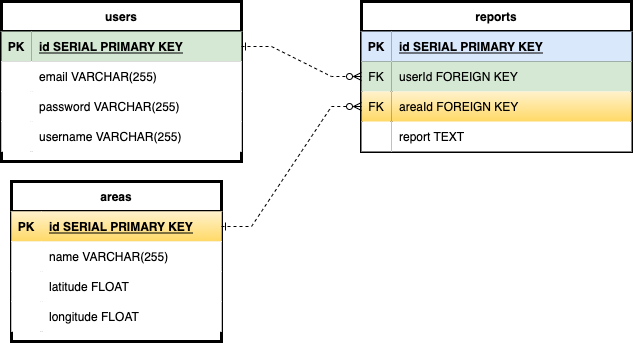
The draw.io diagram ERD.drawio.png in mvanzo/P2-Dir, before a commit. Source tidied: cells renumbered, new cells last; positions are measured from the earlier drawing's top-left corner, leaving out a move shared by most shapes.
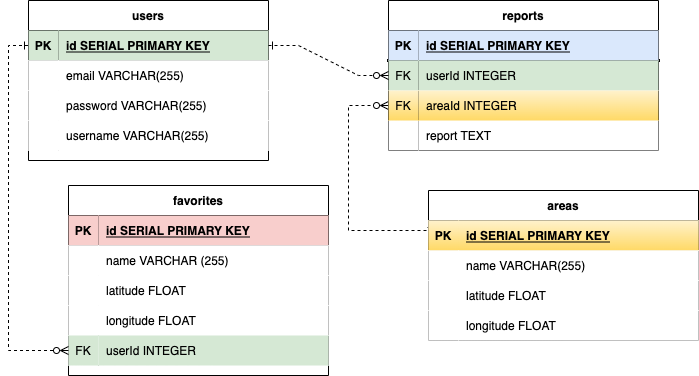
After the change.

Change to the diagram source:
```diff
@@ -2,7 +2,7 @@
   <root>
     <mxCell id="0" />
     <mxCell id="1" parent="0" />
-    <mxCell id="2" value="users" style="shape=table;startSize=30;rowLines=0;fontStyle=1;align=center;strokeWidth=3;perimeterSpacing=0;" parent="1" vertex="1">
+    <mxCell id="2" value="users" style="shape=table;startSize=30;rowLines=0;fontStyle=1;align=center;strokeWidth=1;perimeterSpacing=1;" parent="1" vertex="1">
       <mxGeometry width="240" height="160" as="geometry" />
     </mxCell>
     <mxCell id="3" style="shape=tableRow;horizontal=0;startSize=0;swimlaneHead=0;swimlaneBody=0;fillColor=none;points=[[0,0.5],[1,0.5]];portConstraint=eastwest;top=0;left=0;right=0;bottom=1;" parent="2" vertex="1">
@@ -41,46 +41,55 @@
     <mxCell id="14" value="username VARCHAR(255)" style="shape=partialRectangle;top=0;left=0;bottom=0;right=0;align=left;spacingLeft=6;overflow=hidden;" parent="12" vertex="1">
       <mxGeometry x="30" width="210" height="30" as="geometry" />
     </mxCell>
+    <mxCell id="43" style="edgeStyle=orthogonalEdgeStyle;rounded=0;jettySize=auto;html=1;exitX=0;exitY=0.25;exitDx=0;exitDy=0;entryX=0;entryY=0.5;entryDx=0;entryDy=0;dashed=1;startArrow=ERone;startFill=0;endArrow=ERzeroToMany;endFill=0;" parent="1" edge="1" source="15" target="35">
+      <mxGeometry relative="1" as="geometry">
+        <Array as="points">
+          <mxPoint x="400" y="230" />
+          <mxPoint x="320" y="230" />
+          <mxPoint x="320" y="105" />
+        </Array>
+      </mxGeometry>
+    </mxCell>
-    <mxCell id="15" value="areas" style="shape=table;startSize=30;rowLines=0;fontStyle=1;align=center;strokeWidth=3;" parent="1" vertex="1">
-      <mxGeometry x="10" y="180" width="210" height="160" as="geometry" />
+    <mxCell id="15" value="areas" style="shape=table;startSize=30;rowLines=0;fontStyle=1;align=center;strokeWidth=1;perimeterSpacing=1;" parent="1" vertex="1">
+      <mxGeometry x="400" y="190" width="270" height="150" as="geometry" />
     </mxCell>
     <mxCell id="16" style="shape=tableRow;horizontal=0;startSize=0;swimlaneHead=0;swimlaneBody=0;fillColor=#fff2cc;points=[[0,0.5],[1,0.5]];portConstraint=eastwest;top=0;left=0;right=0;bottom=1;gradientColor=#ffd966;strokeColor=#d6b656;" parent="15" vertex="1">
-      <mxGeometry y="30" width="210" height="30" as="geometry" />
+      <mxGeometry y="30" width="270" height="30" as="geometry" />
     </mxCell>
     <mxCell id="17" value="PK" style="shape=partialRectangle;fillColor=#fff2cc;top=0;left=0;bottom=0;right=0;fontStyle=1;overflow=hidden;strokeColor=#d6b656;gradientColor=#ffd966;" parent="16" vertex="1">
       <mxGeometry width="30" height="30" as="geometry" />
     </mxCell>
     <mxCell id="18" value="id SERIAL PRIMARY KEY" style="shape=partialRectangle;fillColor=#fff2cc;top=0;left=0;bottom=0;right=0;align=left;spacingLeft=6;fontStyle=5;overflow=hidden;strokeColor=#d6b656;gradientColor=#ffd966;" parent="16" vertex="1">
-      <mxGeometry x="30" width="180" height="30" as="geometry" />
+      <mxGeometry x="30" width="240" height="30" as="geometry" />
     </mxCell>
     <mxCell id="19" style="shape=tableRow;horizontal=0;startSize=0;swimlaneHead=0;swimlaneBody=0;top=0;left=0;right=0;bottom=0;" parent="15" vertex="1">
-      <mxGeometry y="60" width="210" height="30" as="geometry" />
+      <mxGeometry y="60" width="270" height="30" as="geometry" />
     </mxCell>
     <mxCell id="20" style="shape=partialRectangle;top=0;left=0;bottom=0;right=0;overflow=hidden;" parent="19" vertex="1">
       <mxGeometry width="30" height="30" as="geometry" />
     </mxCell>
     <mxCell id="21" value="name VARCHAR(255)" style="shape=partialRectangle;top=0;left=0;bottom=0;right=0;align=left;spacingLeft=6;overflow=hidden;" parent="19" vertex="1">
-      <mxGeometry x="30" width="180" height="30" as="geometry" />
+      <mxGeometry x="30" width="240" height="30" as="geometry" />
     </mxCell>
     <mxCell id="22" style="shape=tableRow;horizontal=0;startSize=0;swimlaneHead=0;swimlaneBody=0;top=0;left=0;right=0;bottom=0;" parent="15" vertex="1">
-      <mxGeometry y="90" width="210" height="30" as="geometry" />
+      <mxGeometry y="90" width="270" height="30" as="geometry" />
     </mxCell>
     <mxCell id="23" style="shape=partialRectangle;top=0;left=0;bottom=0;right=0;overflow=hidden;" parent="22" vertex="1">
       <mxGeometry width="30" height="30" as="geometry" />
     </mxCell>
     <mxCell id="24" value="latitude FLOAT" style="shape=partialRectangle;top=0;left=0;bottom=0;right=0;align=left;spacingLeft=6;overflow=hidden;" parent="22" vertex="1">
-      <mxGeometry x="30" width="180" height="30" as="geometry" />
+      <mxGeometry x="30" width="240" height="30" as="geometry" />
     </mxCell>
     <mxCell id="25" style="shape=tableRow;horizontal=0;startSize=0;swimlaneHead=0;swimlaneBody=0;top=0;left=0;right=0;bottom=0;" parent="15" vertex="1">
-      <mxGeometry y="120" width="210" height="30" as="geometry" />
+      <mxGeometry y="120" width="270" height="30" as="geometry" />
     </mxCell>
     <mxCell id="26" style="shape=partialRectangle;top=0;left=0;bottom=0;right=0;overflow=hidden;" parent="25" vertex="1">
       <mxGeometry width="30" height="30" as="geometry" />
     </mxCell>
     <mxCell id="27" value="longitude FLOAT" style="shape=partialRectangle;top=0;left=0;bottom=0;right=0;align=left;spacingLeft=6;overflow=hidden;" parent="25" vertex="1">
-      <mxGeometry x="30" width="180" height="30" as="geometry" />
+      <mxGeometry x="30" width="240" height="30" as="geometry" />
     </mxCell>
-    <mxCell id="28" value="reports" style="shape=table;startSize=30;rowLines=0;fontStyle=1;align=center;strokeWidth=3;" parent="1" vertex="1">
+    <mxCell id="28" value="reports" style="shape=table;startSize=30;rowLines=0;fontStyle=1;align=center;strokeWidth=1;perimeterSpacing=1;" parent="1" vertex="1">
       <mxGeometry x="360" width="270" height="150" as="geometry" />
     </mxCell>
     <mxCell id="29" style="shape=tableRow;horizontal=0;startSize=0;swimlaneHead=0;swimlaneBody=0;fillColor=none;top=0;left=0;right=0;bottom=1;strokeWidth=3;" parent="28" vertex="1">
@@ -98,7 +107,7 @@
     <mxCell id="33" value="FK" style="shape=partialRectangle;fillColor=#d5e8d4;top=0;left=0;bottom=0;right=0;overflow=hidden;strokeWidth=3;strokeColor=#82b366;" parent="32" vertex="1">
       <mxGeometry width="30" height="30" as="geometry" />
     </mxCell>
-    <mxCell id="34" value="userId FOREIGN KEY" style="shape=partialRectangle;fillColor=#d5e8d4;top=0;left=0;bottom=0;right=0;align=left;spacingLeft=6;overflow=hidden;strokeWidth=3;strokeColor=#82b366;" parent="32" vertex="1">
+    <mxCell id="34" value="userId INTEGER" style="shape=partialRectangle;fillColor=#d5e8d4;top=0;left=0;bottom=0;right=0;align=left;spacingLeft=6;overflow=hidden;strokeWidth=3;strokeColor=#82b366;" parent="32" vertex="1">
       <mxGeometry x="30" width="240" height="30" as="geometry" />
     </mxCell>
     <mxCell id="35" style="shape=tableRow;horizontal=0;startSize=0;swimlaneHead=0;swimlaneBody=0;fillColor=none;points=[[0,0.5],[1,0.5]];portConstraint=eastwest;top=0;left=0;right=0;bottom=0;strokeWidth=3;" parent="28" vertex="1">
@@ -107,7 +116,7 @@
     <mxCell id="36" value="FK" style="shape=partialRectangle;fillColor=#fff2cc;top=0;left=0;bottom=0;right=0;overflow=hidden;strokeWidth=3;strokeColor=#d6b656;gradientColor=#ffd966;" parent="35" vertex="1">
       <mxGeometry width="30" height="30" as="geometry" />
     </mxCell>
-    <mxCell id="37" value="areaId FOREIGN KEY" style="shape=partialRectangle;fillColor=#fff2cc;top=0;left=0;bottom=0;right=0;align=left;spacingLeft=6;overflow=hidden;strokeWidth=3;strokeColor=#d6b656;gradientColor=#ffd966;" parent="35" vertex="1">
+    <mxCell id="37" value="areaId INTEGER" style="shape=partialRectangle;fillColor=#fff2cc;top=0;left=0;bottom=0;right=0;align=left;spacingLeft=6;overflow=hidden;strokeWidth=3;strokeColor=#d6b656;gradientColor=#ffd966;" parent="35" vertex="1">
       <mxGeometry x="30" width="240" height="30" as="geometry" />
     </mxCell>
     <mxCell id="38" style="shape=tableRow;horizontal=0;startSize=0;swimlaneHead=0;swimlaneBody=0;fillColor=none;top=0;left=0;right=0;bottom=0;strokeWidth=3;" parent="28" vertex="1">
@@ -122,8 +131,56 @@
     <mxCell id="41" style="edgeStyle=entityRelationEdgeStyle;fontSize=12;html=1;endArrow=ERzeroToMany;startArrow=ERone;rounded=0;dashed=1;strokeWidth=1;exitX=1;exitY=0.5;exitDx=0;exitDy=0;startFill=0;endFill=0;" parent="1" edge="1" source="3" target="32">
       <mxGeometry relative="1" as="geometry" />
     </mxCell>
-    <mxCell id="42" style="edgeStyle=entityRelationEdgeStyle;fontSize=12;html=1;endArrow=ERzeroToMany;rounded=0;dashed=1;strokeWidth=1;entryX=0;entryY=0.5;entryDx=0;entryDy=0;endFill=0;startArrow=ERone;startFill=0;exitX=1;exitY=0.5;exitDx=0;exitDy=0;" parent="1" edge="1" source="16" target="35">
-      <mxGeometry relative="1" as="geometry" />
-    </mxCell>
+    <mxCell id="44" value="favorites" style="shape=table;startSize=30;rowLines=0;fontStyle=1;align=center;perimeterSpacing=1;" parent="1" vertex="1">
+      <mxGeometry x="40" y="185" width="260" height="190" as="geometry" />
+    </mxCell>
+    <mxCell id="45" style="shape=tableRow;horizontal=0;startSize=0;swimlaneHead=0;swimlaneBody=0;fillColor=none;top=0;left=0;right=0;bottom=1;" parent="44" vertex="1">
+      <mxGeometry y="30" width="260" height="30" as="geometry" />
+    </mxCell>
+    <mxCell id="46" value="PK" style="shape=partialRectangle;fillColor=#f8cecc;top=0;left=0;bottom=0;right=0;fontStyle=1;overflow=hidden;strokeColor=#b85450;" parent="45" vertex="1">
+      <mxGeometry width="30" height="30" as="geometry" />
+    </mxCell>
+    <mxCell id="47" value="id SERIAL PRIMARY KEY" style="shape=partialRectangle;fillColor=#f8cecc;top=0;left=0;bottom=0;right=0;align=left;spacingLeft=6;fontStyle=5;overflow=hidden;strokeColor=#b85450;" parent="45" vertex="1">
+      <mxGeometry x="30" width="230" height="30" as="geometry" />
+    </mxCell>
+    <mxCell id="48" style="shape=tableRow;horizontal=0;startSize=0;swimlaneHead=0;swimlaneBody=0;top=0;left=0;right=0;bottom=0;" parent="44" vertex="1">
+      <mxGeometry y="60" width="260" height="30" as="geometry" />
+    </mxCell>
+    <mxCell id="49" style="shape=partialRectangle;top=0;left=0;bottom=0;right=0;overflow=hidden;" parent="48" vertex="1">
+      <mxGeometry width="30" height="30" as="geometry" />
+    </mxCell>
+    <mxCell id="50" value="name VARCHAR (255)" style="shape=partialRectangle;top=0;left=0;bottom=0;right=0;align=left;spacingLeft=6;overflow=hidden;" parent="48" vertex="1">
+      <mxGeometry x="30" width="230" height="30" as="geometry" />
+    </mxCell>
+    <mxCell id="51" style="shape=tableRow;horizontal=0;startSize=0;swimlaneHead=0;swimlaneBody=0;top=0;left=0;right=0;bottom=0;" parent="44" vertex="1">
+      <mxGeometry y="90" width="260" height="30" as="geometry" />
+    </mxCell>
+    <mxCell id="52" style="shape=partialRectangle;top=0;left=0;bottom=0;right=0;overflow=hidden;" parent="51" vertex="1">
+      <mxGeometry width="30" height="30" as="geometry" />
+    </mxCell>
+    <mxCell id="53" value="latitude FLOAT" style="shape=partialRectangle;top=0;left=0;bottom=0;right=0;align=left;spacingLeft=6;overflow=hidden;" parent="51" vertex="1">
+      <mxGeometry x="30" width="230" height="30" as="geometry" />
+    </mxCell>
+    <mxCell id="54" style="shape=tableRow;horizontal=0;startSize=0;swimlaneHead=0;swimlaneBody=0;top=0;left=0;right=0;bottom=0;" parent="44" vertex="1">
+      <mxGeometry y="120" width="260" height="30" as="geometry" />
+    </mxCell>
+    <mxCell id="55" style="shape=partialRectangle;top=0;left=0;bottom=0;right=0;overflow=hidden;" parent="54" vertex="1">
+      <mxGeometry width="30" height="30" as="geometry" />
+    </mxCell>
+    <mxCell id="56" value="longitude FLOAT" style="shape=partialRectangle;top=0;left=0;bottom=0;right=0;align=left;spacingLeft=6;overflow=hidden;" parent="54" vertex="1">
+      <mxGeometry x="30" width="230" height="30" as="geometry" />
+    </mxCell>
+    <mxCell id="57" style="shape=tableRow;horizontal=0;startSize=0;swimlaneHead=0;swimlaneBody=0;points=[[0,0.5],[1,0.5]];portConstraint=eastwest;top=0;left=0;right=0;bottom=0;" parent="44" vertex="1">
+      <mxGeometry y="150" width="260" height="30" as="geometry" />
+    </mxCell>
+    <mxCell id="58" value="FK" style="shape=partialRectangle;top=0;left=0;bottom=0;right=0;overflow=hidden;fillColor=#d5e8d4;strokeColor=#82b366;" parent="57" vertex="1">
+      <mxGeometry width="30" height="30" as="geometry" />
+    </mxCell>
+    <mxCell id="59" value="userId INTEGER" style="shape=partialRectangle;top=0;left=0;bottom=0;right=0;align=left;spacingLeft=6;overflow=hidden;fillColor=#d5e8d4;strokeColor=#82b366;" parent="57" vertex="1">
+      <mxGeometry x="30" width="230" height="30" as="geometry" />
+    </mxCell>
+    <mxCell id="60" style="edgeStyle=orthogonalEdgeStyle;rounded=0;jettySize=auto;html=1;exitX=0;exitY=0.5;exitDx=0;exitDy=0;entryX=0;entryY=0.5;entryDx=0;entryDy=0;dashed=1;startArrow=ERzeroToMany;startFill=0;endArrow=ERone;endFill=0;" parent="1" edge="1" source="57" target="3">
+      <mxGeometry relative="1" as="geometry" />
+    </mxCell>
   </root>
 </mxGraphModel>
```
